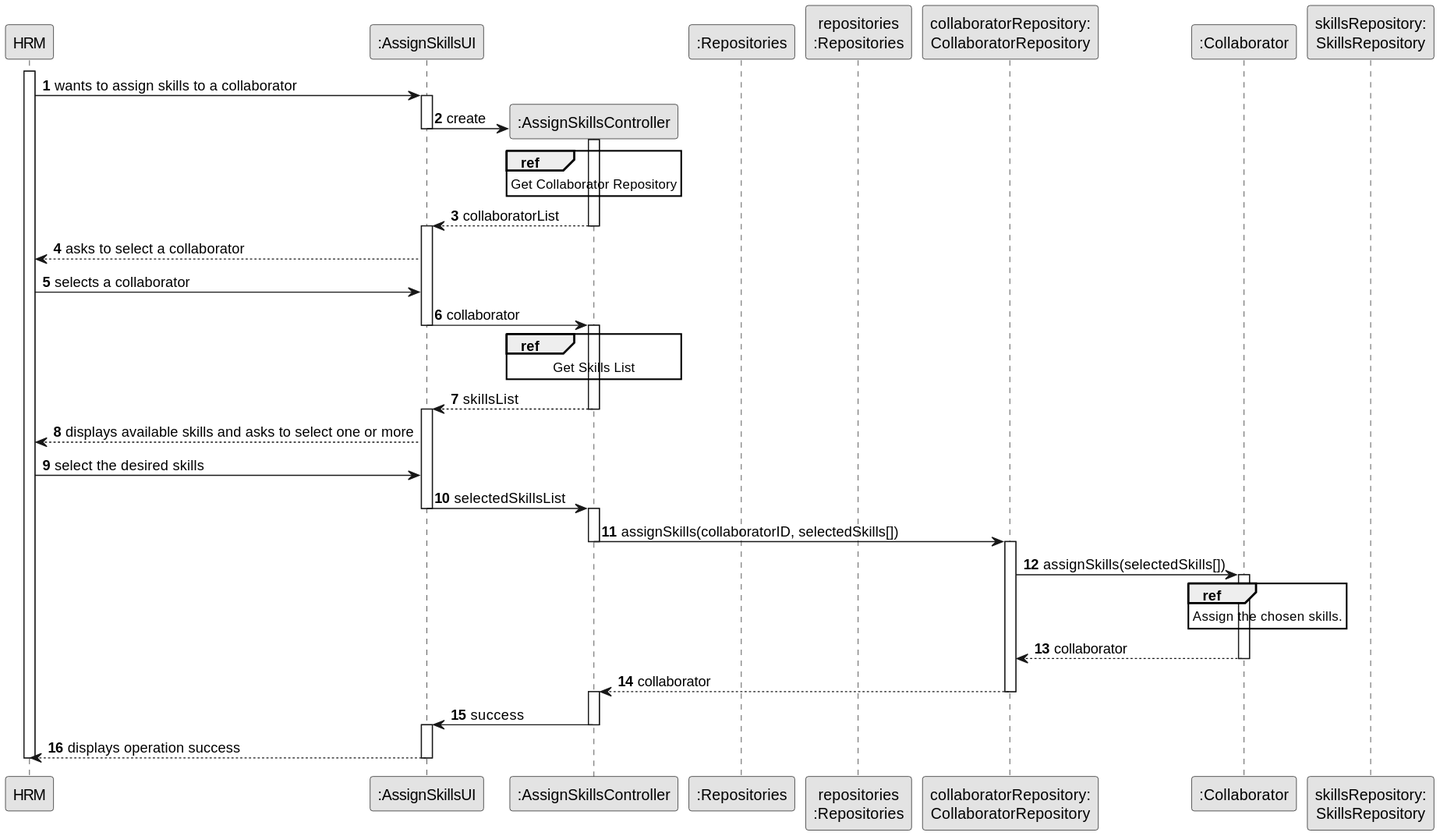
Above: docs/sprintB/us004/03.design/svg/us004-sequence-diagram-split.svg in ricardomm7/leaflink (PlantUML), before the change.
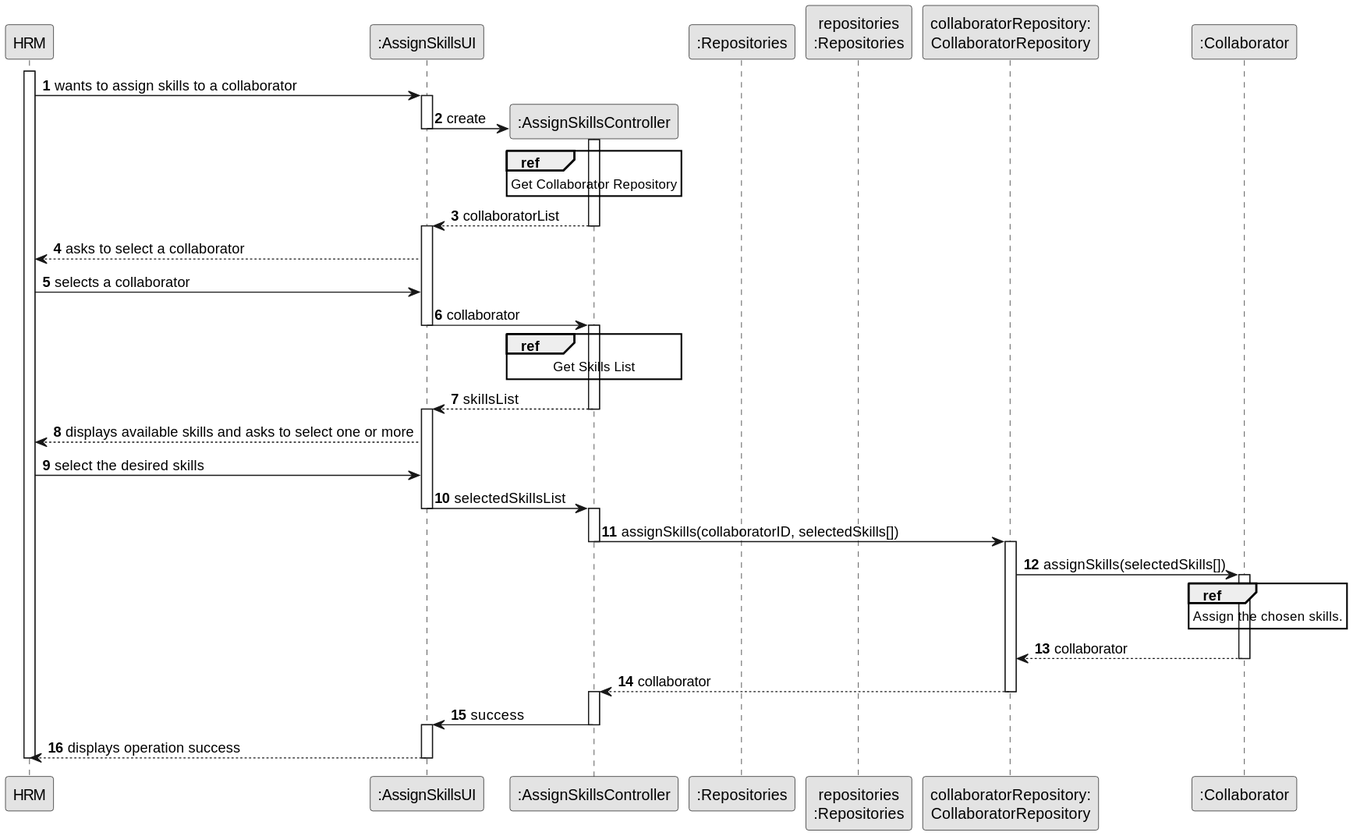
The same file after the commit.

Diff of the diagram source:
```diff
@@ -12,7 +12,7 @@
 participant "repositories\n:Repositories" as PLAT
 participant "collaboratorRepository:\nCollaboratorRepository" as CLBREP
 participant ":Collaborator" as CLB
-participant "skillsRepository:\nSkillsRepository" as skillsRepository
+
 
 
 activate HRM
```
